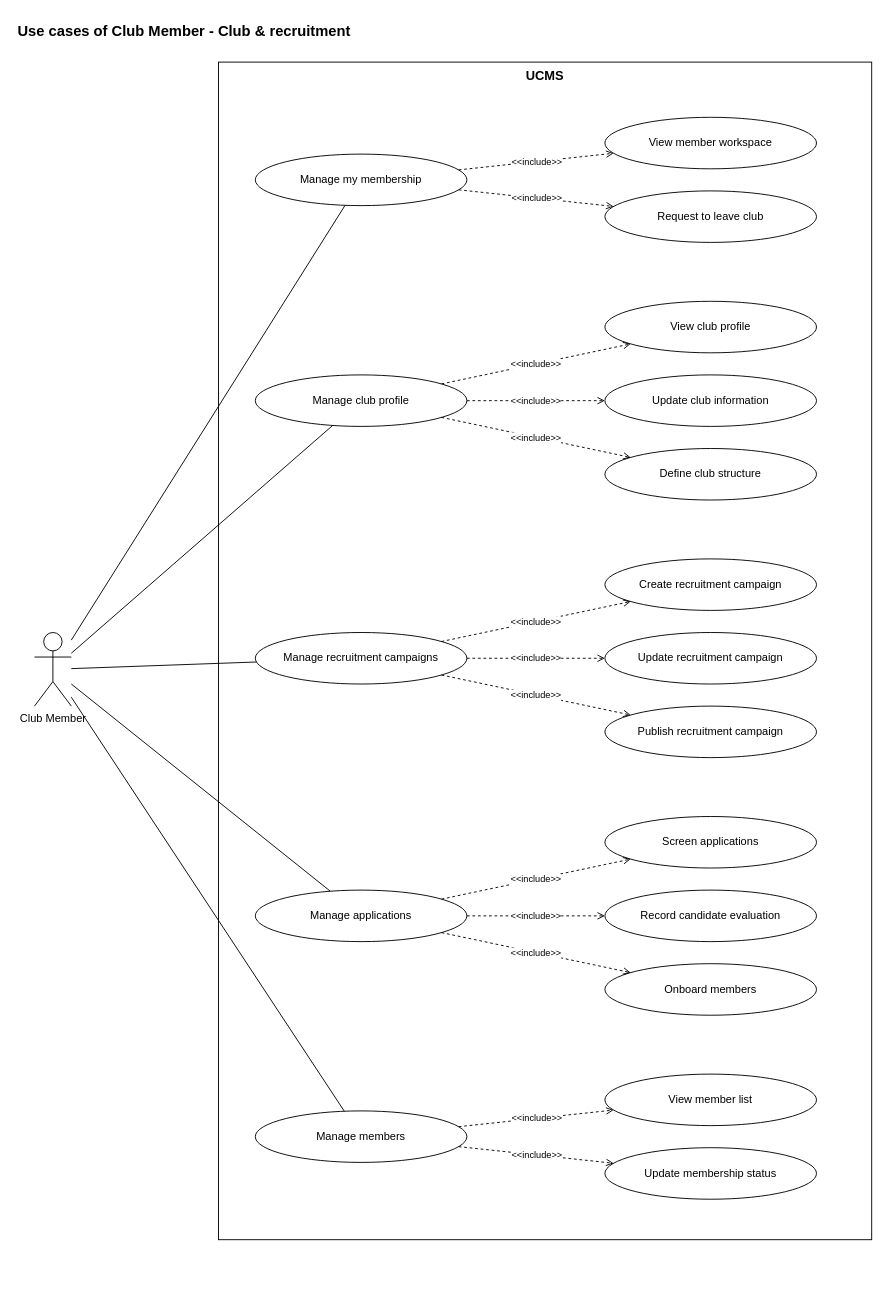
This is page "Club Member 1 - Club & recruitment" (4 of 9) of docs/03-diagrams/UCMS_UseCase_ByActor.drawio from nvdekay/ClubManagementSystem, a draw.io file, before an edit. Source tidied: cells renumbered, new cells numbered last; positions are measured from the earlier drawing's top-left corner, leaving out a move shared by most shapes. Both pictures are drawn from the tidied source at 92%, with x=0, y=0 at pixel (16, 16).
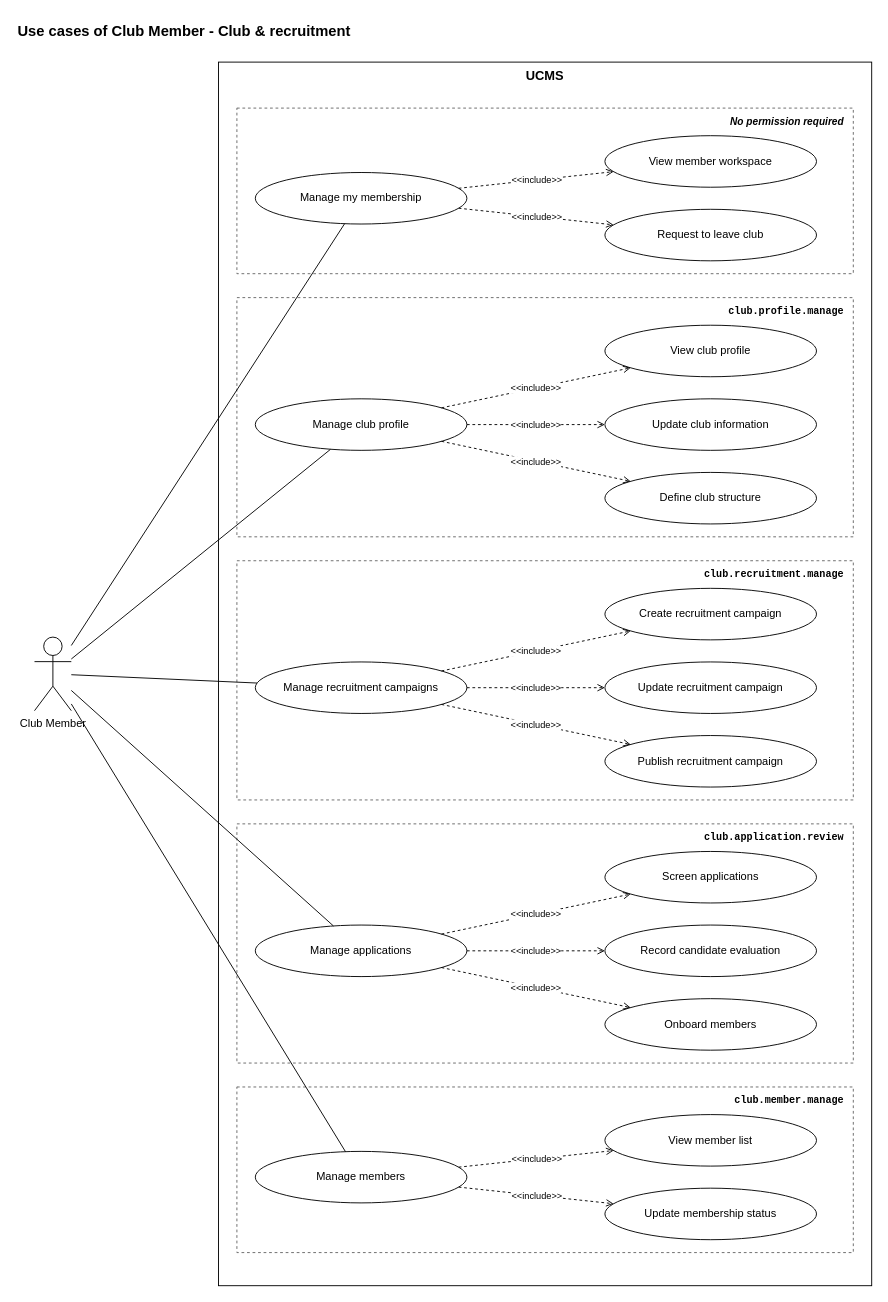
Above is the later version.

Diff of the diagram source:
```diff
@@
     <mxCell id="3" value="UCMS" style="rounded=0;whiteSpace=wrap;html=1;fillColor=none;strokeColor=#000000;verticalAlign=top;fontStyle=1;fontSize=14;" parent="1" vertex="1">
-      <mxGeometry x="220" y="50" width="710" height="1280" as="geometry" />
+      <mxGeometry x="220" y="50" width="710" height="1330" as="geometry" />
     </mxCell>
     <mxCell id="4" value="Club Member" style="shape=umlActor;verticalLabelPosition=bottom;verticalAlign=top;html=1;outlineConnect=0;fillColor=#ffffff;strokeColor=#000000;" parent="1" vertex="1">
-      <mxGeometry x="20" y="670" width="40" height="80" as="geometry" />
+      <mxGeometry x="20" y="675" width="40" height="80" as="geometry" />
     </mxCell>
+    <mxCell id="41" value="No permission required" style="rounded=0;whiteSpace=wrap;html=1;fillColor=none;strokeColor=#666666;dashed=1;verticalAlign=top;align=right;spacingRight=8;spacingTop=2;fontSize=11;fontStyle=3;" parent="1" vertex="1">
+      <mxGeometry x="240" y="100" width="670" height="180" as="geometry" />
+    </mxCell>
+    <mxCell id="42" value="club.profile.manage" style="rounded=0;whiteSpace=wrap;html=1;fillColor=none;strokeColor=#666666;dashed=1;verticalAlign=top;align=right;spacingRight=8;spacingTop=2;fontSize=11;fontFamily=Courier New;fontStyle=1;" parent="1" vertex="1">
+      <mxGeometry x="240" y="306" width="670" height="260" as="geometry" />
+    </mxCell>
+    <mxCell id="43" value="club.recruitment.manage" style="rounded=0;whiteSpace=wrap;html=1;fillColor=none;strokeColor=#666666;dashed=1;verticalAlign=top;align=right;spacingRight=8;spacingTop=2;fontSize=11;fontFamily=Courier New;fontStyle=1;" parent="1" vertex="1">
+      <mxGeometry x="240" y="592" width="670" height="260" as="geometry" />
+    </mxCell>
+    <mxCell id="44" value="club.application.review" style="rounded=0;whiteSpace=wrap;html=1;fillColor=none;strokeColor=#666666;dashed=1;verticalAlign=top;align=right;spacingRight=8;spacingTop=2;fontSize=11;fontFamily=Courier New;fontStyle=1;" parent="1" vertex="1">
+      <mxGeometry x="240" y="878" width="670" height="260" as="geometry" />
+    </mxCell>
+    <mxCell id="45" value="club.member.manage" style="rounded=0;whiteSpace=wrap;html=1;fillColor=none;strokeColor=#666666;dashed=1;verticalAlign=top;align=right;spacingRight=8;spacingTop=2;fontSize=11;fontFamily=Courier New;fontStyle=1;" parent="1" vertex="1">
+      <mxGeometry x="240" y="1164" width="670" height="180" as="geometry" />
+    </mxCell>
     <mxCell id="5" value="Manage my membership" style="ellipse;whiteSpace=wrap;html=1;fillColor=#ffffff;strokeColor=#000000;fontSize=12;" parent="1" vertex="1">
-      <mxGeometry x="260" y="150" width="230" height="56" as="geometry" />
+      <mxGeometry x="260" y="170" width="230" height="56" as="geometry" />
     </mxCell>
@@
     <mxCell id="7" value="View member workspace" style="ellipse;whiteSpace=wrap;html=1;fillColor=#ffffff;strokeColor=#000000;fontSize=12;" parent="1" vertex="1">
-      <mxGeometry x="640" y="110" width="230" height="56" as="geometry" />
+      <mxGeometry x="640" y="130" width="230" height="56" as="geometry" />
     </mxCell>
@@
     <mxCell id="9" value="Request to leave club" style="ellipse;whiteSpace=wrap;html=1;fillColor=#ffffff;strokeColor=#000000;fontSize=12;" parent="1" vertex="1">
-      <mxGeometry x="640" y="190" width="230" height="56" as="geometry" />
+      <mxGeometry x="640" y="210" width="230" height="56" as="geometry" />
     </mxCell>
@@
     <mxCell id="11" value="Manage club profile" style="ellipse;whiteSpace=wrap;html=1;fillColor=#ffffff;strokeColor=#000000;fontSize=12;" parent="1" vertex="1">
-      <mxGeometry x="260" y="390" width="230" height="56" as="geometry" />
+      <mxGeometry x="260" y="416" width="230" height="56" as="geometry" />
     </mxCell>
@@
     <mxCell id="13" value="View club profile" style="ellipse;whiteSpace=wrap;html=1;fillColor=#ffffff;strokeColor=#000000;fontSize=12;" parent="1" vertex="1">
-      <mxGeometry x="640" y="310" width="230" height="56" as="geometry" />
+      <mxGeometry x="640" y="336" width="230" height="56" as="geometry" />
     </mxCell>
@@
     <mxCell id="15" value="Update club information" style="ellipse;whiteSpace=wrap;html=1;fillColor=#ffffff;strokeColor=#000000;fontSize=12;" parent="1" vertex="1">
-      <mxGeometry x="640" y="390" width="230" height="56" as="geometry" />
+      <mxGeometry x="640" y="416" width="230" height="56" as="geometry" />
     </mxCell>
@@
     <mxCell id="17" value="Define club structure" style="ellipse;whiteSpace=wrap;html=1;fillColor=#ffffff;strokeColor=#000000;fontSize=12;" parent="1" vertex="1">
-      <mxGeometry x="640" y="470" width="230" height="56" as="geometry" />
+      <mxGeometry x="640" y="496" width="230" height="56" as="geometry" />
     </mxCell>
@@
     <mxCell id="19" value="Manage recruitment campaigns" style="ellipse;whiteSpace=wrap;html=1;fillColor=#ffffff;strokeColor=#000000;fontSize=12;" parent="1" vertex="1">
-      <mxGeometry x="260" y="670" width="230" height="56" as="geometry" />
+      <mxGeometry x="260" y="702" width="230" height="56" as="geometry" />
     </mxCell>
@@
     <mxCell id="21" value="Create recruitment campaign" style="ellipse;whiteSpace=wrap;html=1;fillColor=#ffffff;strokeColor=#000000;fontSize=12;" parent="1" vertex="1">
-      <mxGeometry x="640" y="590" width="230" height="56" as="geometry" />
+      <mxGeometry x="640" y="622" width="230" height="56" as="geometry" />
     </mxCell>
@@
     <mxCell id="23" value="Update recruitment campaign" style="ellipse;whiteSpace=wrap;html=1;fillColor=#ffffff;strokeColor=#000000;fontSize=12;" parent="1" vertex="1">
-      <mxGeometry x="640" y="670" width="230" height="56" as="geometry" />
+      <mxGeometry x="640" y="702" width="230" height="56" as="geometry" />
     </mxCell>
@@
     <mxCell id="25" value="Publish recruitment campaign" style="ellipse;whiteSpace=wrap;html=1;fillColor=#ffffff;strokeColor=#000000;fontSize=12;" parent="1" vertex="1">
-      <mxGeometry x="640" y="750" width="230" height="56" as="geometry" />
+      <mxGeometry x="640" y="782" width="230" height="56" as="geometry" />
     </mxCell>
@@
     <mxCell id="27" value="Manage applications" style="ellipse;whiteSpace=wrap;html=1;fillColor=#ffffff;strokeColor=#000000;fontSize=12;" parent="1" vertex="1">
-      <mxGeometry x="260" y="950" width="230" height="56" as="geometry" />
+      <mxGeometry x="260" y="988" width="230" height="56" as="geometry" />
     </mxCell>
@@
     <mxCell id="29" value="Screen applications" style="ellipse;whiteSpace=wrap;html=1;fillColor=#ffffff;strokeColor=#000000;fontSize=12;" parent="1" vertex="1">
-      <mxGeometry x="640" y="870" width="230" height="56" as="geometry" />
+      <mxGeometry x="640" y="908" width="230" height="56" as="geometry" />
     </mxCell>
@@
     <mxCell id="31" value="Record candidate evaluation" style="ellipse;whiteSpace=wrap;html=1;fillColor=#ffffff;strokeColor=#000000;fontSize=12;" parent="1" vertex="1">
-      <mxGeometry x="640" y="950" width="230" height="56" as="geometry" />
+      <mxGeometry x="640" y="988" width="230" height="56" as="geometry" />
     </mxCell>
@@
     <mxCell id="33" value="Onboard members" style="ellipse;whiteSpace=wrap;html=1;fillColor=#ffffff;strokeColor=#000000;fontSize=12;" parent="1" vertex="1">
-      <mxGeometry x="640" y="1030" width="230" height="56" as="geometry" />
+      <mxGeometry x="640" y="1068" width="230" height="56" as="geometry" />
     </mxCell>
@@
     <mxCell id="35" value="Manage members" style="ellipse;whiteSpace=wrap;html=1;fillColor=#ffffff;strokeColor=#000000;fontSize=12;" parent="1" vertex="1">
-      <mxGeometry x="260" y="1190" width="230" height="56" as="geometry" />
+      <mxGeometry x="260" y="1234" width="230" height="56" as="geometry" />
     </mxCell>
@@
     <mxCell id="37" value="View member list" style="ellipse;whiteSpace=wrap;html=1;fillColor=#ffffff;strokeColor=#000000;fontSize=12;" parent="1" vertex="1">
-      <mxGeometry x="640" y="1150" width="230" height="56" as="geometry" />
+      <mxGeometry x="640" y="1194" width="230" height="56" as="geometry" />
     </mxCell>
@@
     <mxCell id="39" value="Update membership status" style="ellipse;whiteSpace=wrap;html=1;fillColor=#ffffff;strokeColor=#000000;fontSize=12;" parent="1" vertex="1">
-      <mxGeometry x="640" y="1230" width="230" height="56" as="geometry" />
+      <mxGeometry x="640" y="1274" width="230" height="56" as="geometry" />
     </mxCell>
```
